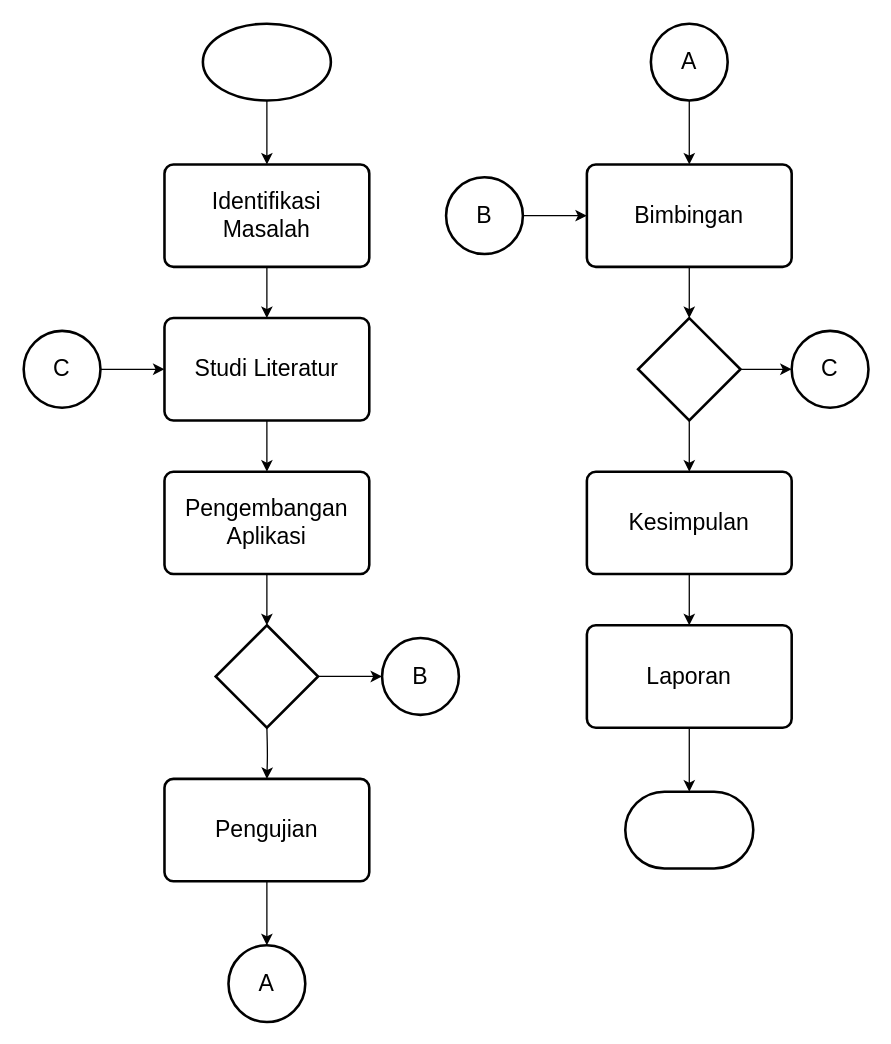
Earlier version of the draw.io diagram design/skripsi-flowchart.drawio (gldnpz17/skripsi-app). Source tidied: cells renumbered, new cells numbered last; positions are measured from the earlier drawing's top-left corner, leaving out a move shared by most shapes. Both pictures are drawn from the tidied source at 128%, with x=0, y=0 at pixel (23, 23).
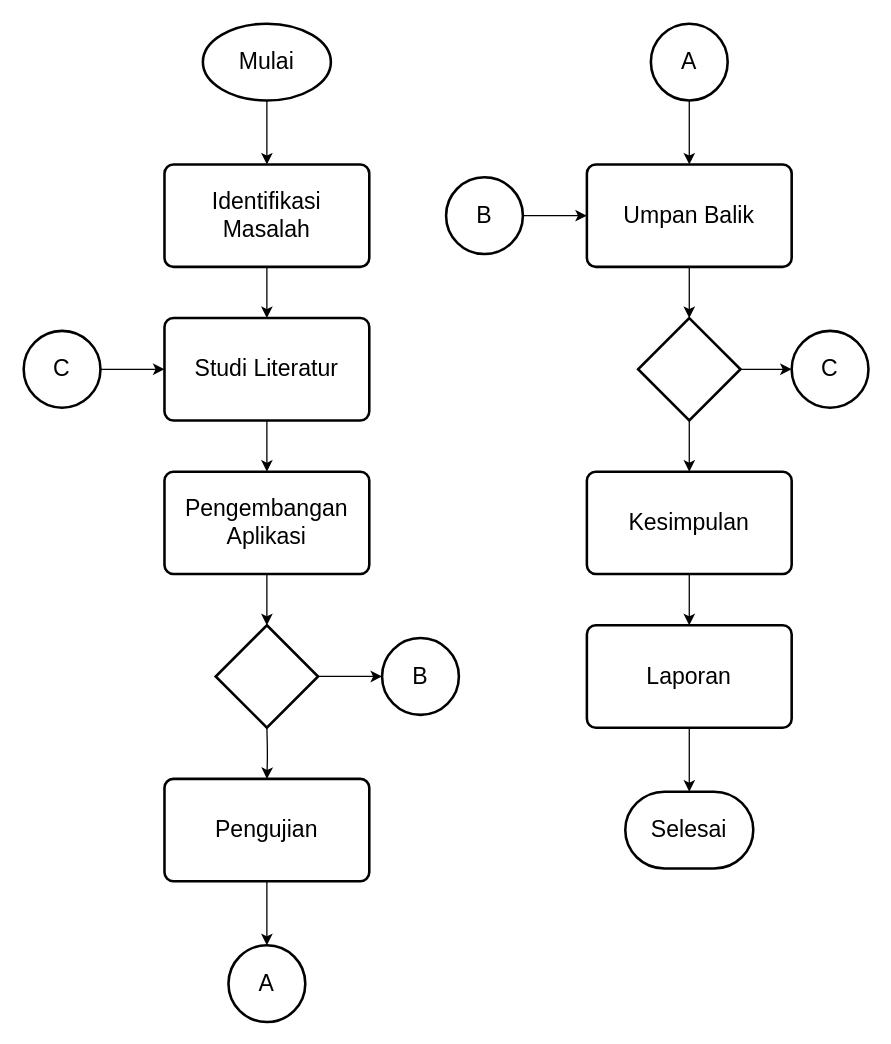
The same page after the edit.

What changed in the source:
```diff
@@
-    <mxCell id="11" style="strokeWidth=2;html=1;shape=mxgraph.flowchart.start_1;whiteSpace=wrap;fontSize=18;" parent="1" vertex="1">
+    <mxCell id="11" value="Mulai" style="strokeWidth=2;html=1;shape=mxgraph.flowchart.start_1;whiteSpace=wrap;fontSize=18;" parent="1" vertex="1">
       <mxGeometry x="140" width="100" height="60" as="geometry" />
     </mxCell>
@@
-    <mxCell id="15" style="strokeWidth=2;html=1;shape=mxgraph.flowchart.terminator;whiteSpace=wrap;" parent="1" vertex="1">
+    <mxCell id="15" value="&lt;font style=&quot;font-size: 18px;&quot;&gt;Selesai&lt;/font&gt;" style="strokeWidth=2;html=1;shape=mxgraph.flowchart.terminator;whiteSpace=wrap;" parent="1" vertex="1">
       <mxGeometry x="470" y="600" width="100" height="60" as="geometry" />
     </mxCell>
@@
-    <mxCell id="17" value="&lt;font style=&quot;font-size: 18px;&quot;&gt;Bimbingan&lt;/font&gt;" style="rounded=1;whiteSpace=wrap;html=1;absoluteArcSize=1;arcSize=14;strokeWidth=2;" parent="1" vertex="1">
+    <mxCell id="17" value="&lt;font style=&quot;font-size: 18px;&quot;&gt;Umpan Balik&lt;/font&gt;" style="rounded=1;whiteSpace=wrap;html=1;absoluteArcSize=1;arcSize=14;strokeWidth=2;" parent="1" vertex="1">
       <mxGeometry x="440" y="110" width="160" height="80" as="geometry" />
     </mxCell>
```
